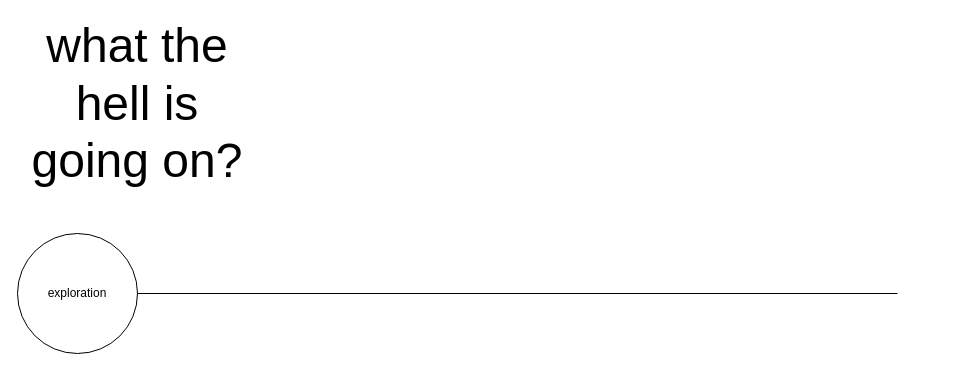
Above: oilshit lifecycle concepts.drawio in oilshit/lifecycle-concepts (draw.io), before the change. Source tidied: cells renumbered, new cells numbered last; positions are measured from the earlier drawing's top-left corner, leaving out a move shared by most shapes. Both pictures are drawn from the tidied source at 100%, with x=0, y=0 at pixel (17, 93).
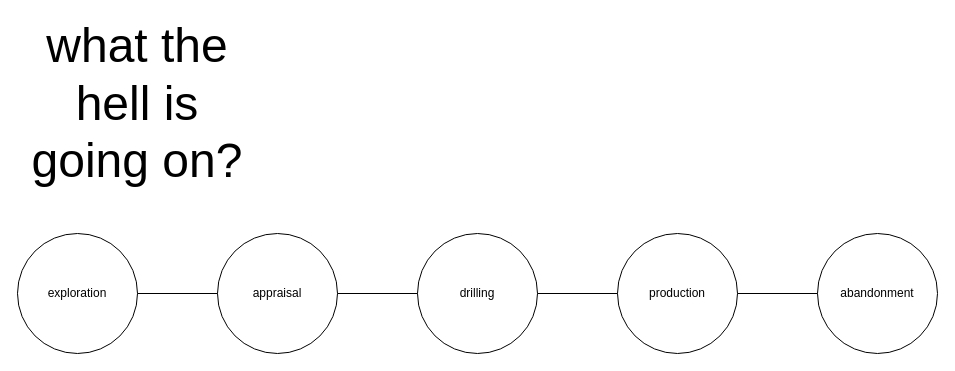
The same diagram, later.

The edit, as a diff of the source:
```diff
@@
 <mxGraphModel>
   <root>
     <mxCell id="0" />
     <mxCell id="1" parent="0" />
     <mxCell id="2" style="endArrow=none;html=1;" parent="1" edge="1">
       <mxGeometry relative="1" as="geometry">
         <mxPoint y="200" as="sourcePoint" />
         <mxPoint x="880" y="200" as="targetPoint" />
       </mxGeometry>
     </mxCell>
     <mxCell id="3" value="&lt;font style=&quot;font-size: 48px&quot; face=&quot;Helvetica&quot;&gt;what the hell is going on?&lt;/font&gt;" style="text;html=1;strokeColor=none;fillColor=none;align=center;verticalAlign=middle;whiteSpace=wrap;rounded=0;" parent="1" vertex="1">
       <mxGeometry width="240" height="20" as="geometry" />
     </mxCell>
     <mxCell id="4" value="exploration" style="ellipse;whiteSpace=wrap;html=1;" parent="1" vertex="1">
       <mxGeometry y="140" width="120" height="120" as="geometry" />
     </mxCell>
+    <mxCell id="5" value="appraisal" style="ellipse;whiteSpace=wrap;html=1;" parent="1" vertex="1">
+      <mxGeometry x="200" y="140" width="120" height="120" as="geometry" />
+    </mxCell>
+    <mxCell id="6" value="drilling" style="ellipse;whiteSpace=wrap;html=1;" parent="1" vertex="1">
+      <mxGeometry x="400" y="140" width="120" height="120" as="geometry" />
+    </mxCell>
+    <mxCell id="7" value="production" style="ellipse;whiteSpace=wrap;html=1;" parent="1" vertex="1">
+      <mxGeometry x="600" y="140" width="120" height="120" as="geometry" />
+    </mxCell>
+    <mxCell id="8" value="abandonment" style="ellipse;whiteSpace=wrap;html=1;" parent="1" vertex="1">
+      <mxGeometry x="800" y="140" width="120" height="120" as="geometry" />
+    </mxCell>
   </root>
 </mxGraphModel>
```
